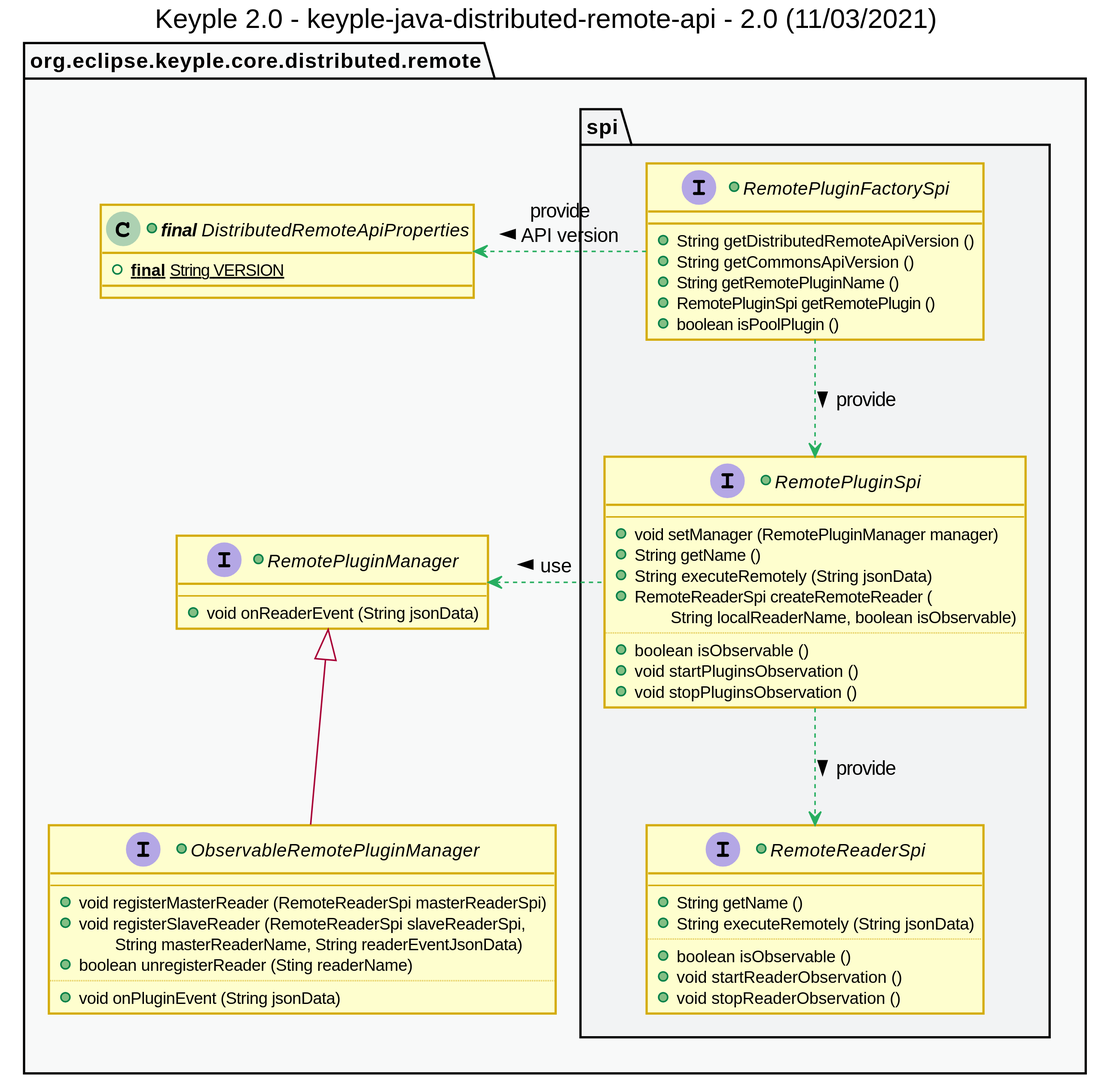
Before: uml/class/private-api/keyple_2_0_class_distributed_remote_api.svg, a diagram exported from PlantUML (calypsonet/keyple_2_0).
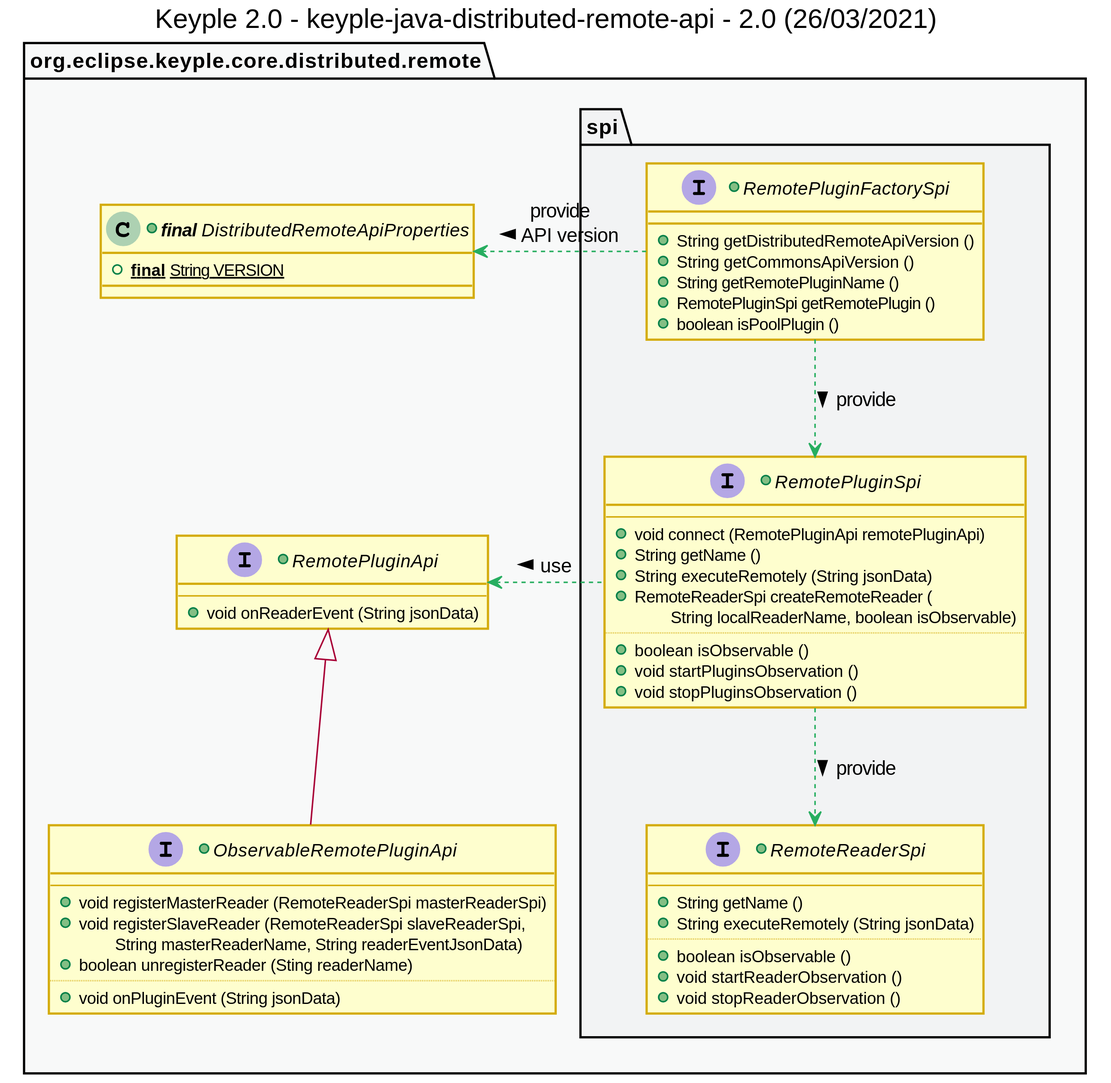
The same file after the commit.

Diff of the diagram source:
```diff
@@ -1,6 +1,6 @@
 @startuml
 title
-    Keyple 2.0 - keyple-java-distributed-remote-api - 2.0 (11/03/2021)
+    Keyple 2.0 - keyple-java-distributed-remote-api - 2.0 (26/03/2021)
 end title
 
 
@@ -41,11 +41,11 @@
     +class "**final** DistributedRemoteApiProperties" as ApiProperties {
         +{static} **final** String VERSION
     }
-    +interface RemotePluginManager {
+    +interface RemotePluginApi {
         --
         +void onReaderEvent (String jsonData)
     }
-    +interface ObservableRemotePluginManager extends RemotePluginManager {
+    +interface ObservableRemotePluginApi extends RemotePluginApi {
         --
         +void registerMasterReader (RemoteReaderSpi masterReaderSpi)
         +void registerSlaveReader (RemoteReaderSpi slaveReaderSpi,
@@ -64,7 +64,7 @@
         }
         +interface RemotePluginSpi {
             --
-            +void setManager (RemotePluginManager manager)
+            +void connect (RemotePluginApi remotePluginApi)
             +String getName ()
             +String executeRemotely (String jsonData)
             +RemoteReaderSpi createRemoteReader (
@@ -91,7 +91,7 @@
 RemotePluginFactorySpi ..> RemotePluginSpi #C_USE : provide >
 
 RemotePluginSpi ..> RemoteReaderSpi #C_USE : provide >
-RemotePluginSpi .left.> RemotePluginManager #C_USE : use >
+RemotePluginSpi .left.> RemotePluginApi #C_USE : use >
 
 
 
```
